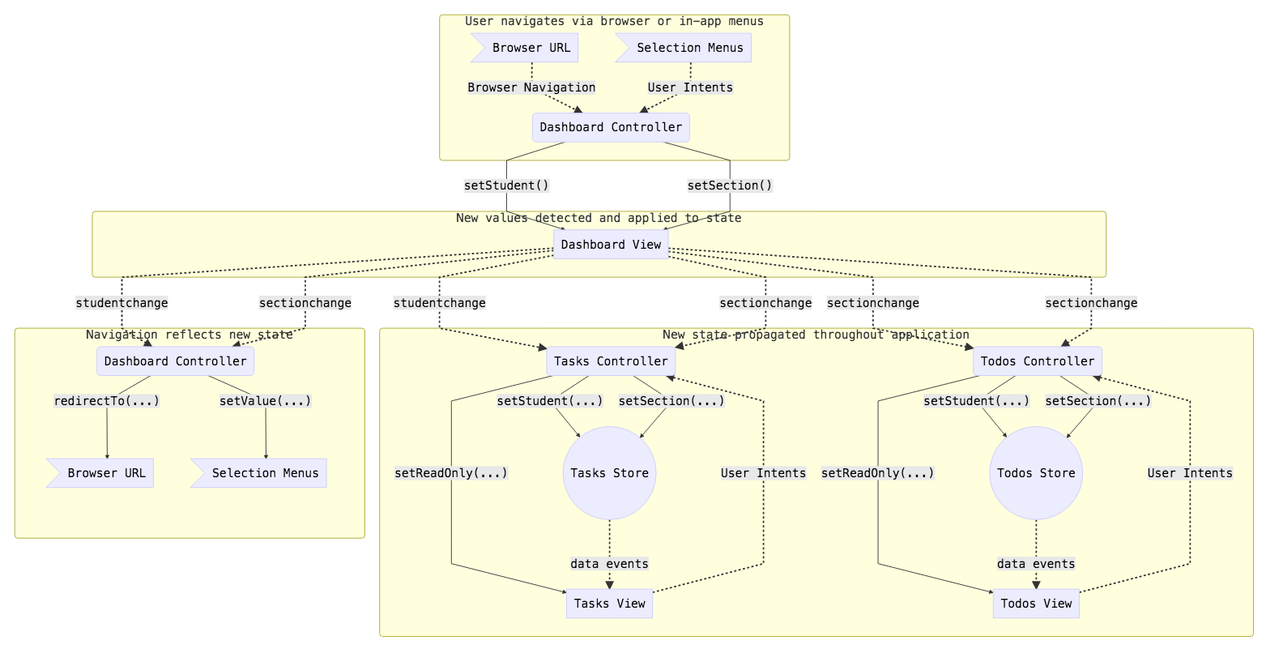
Above: sencha-workspace/SlateTasksStudent/docs/state-flow.png in SlateFoundation/slate-cbl (Mermaid), before the change. Its source is kept beside it as sencha-workspace/SlateTasksStudent/docs/state-flow.mmd.
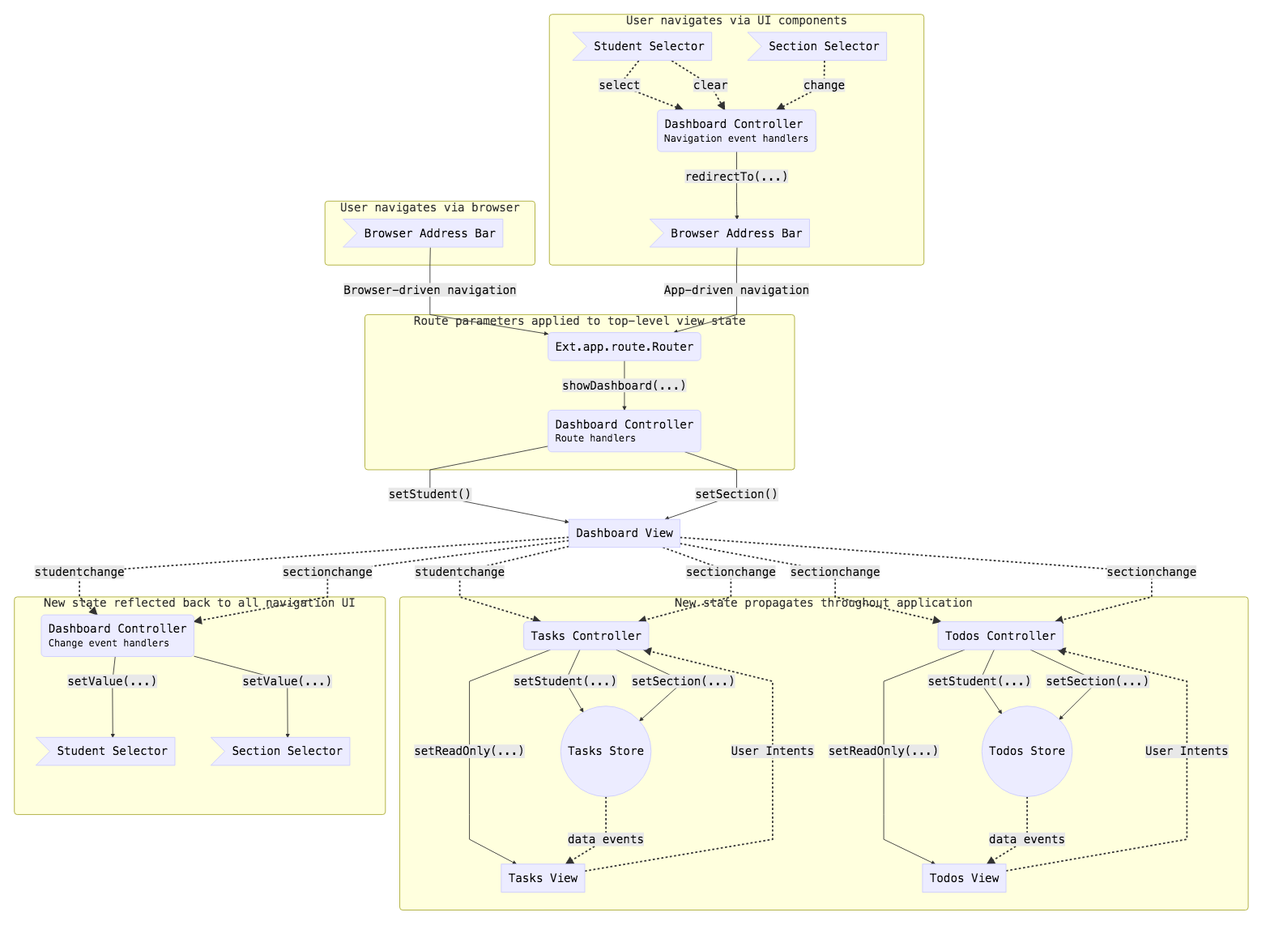
After the change.

Commit message:
Correct flowchart

What changed in the source:
```diff
@@ -1,55 +1,72 @@
 graph TD
-    NAV_HASH_IN>Browser URL]
-    NAV_SELECTORS_IN>Selection Menus]
-    NAV_HASH_OUT>Browser URL]
-    NAV_SELECTORS_OUT>Selection Menus]
+    VIEW_MAIN[Dashboard View]
 
-    CONTROLLER_MAIN_IN(Dashboard Controller)
-    CONTROLLER_MAIN_OUT(Dashboard Controller)
-    CONTROLLER_TASKS(Tasks Controller)
-    CONTROLLER_TODOS(Todos Controller)
+    NAV_USER_HASH --> |Browser-driven navigation| ROUTER
+    NAV_ROUTER_HASH --> |App-driven navigation| ROUTER
 
-    STORE_TASKS((Tasks Store))
-    STORE_TODOS((Todos Store))
+    CTRL_DASH_ROUTER --> |"setStudent()"| VIEW_MAIN
+    CTRL_DASH_ROUTER --> |"setSection()"| VIEW_MAIN
 
-    VIEW_MAIN[Dashboard View]
-    VIEW_TASKS[Tasks View]
-    VIEW_TODOS[Todos View]
+    VIEW_MAIN -.-> |studentchange| CTRL_DASH_CHANGE
+    VIEW_MAIN -.-> |sectionchange| CTRL_DASH_CHANGE
+    VIEW_MAIN -.-> |studentchange| CTRL_TASKS
+    VIEW_MAIN -.-> |sectionchange| CTRL_TASKS
+    VIEW_MAIN -.-> |sectionchange| CTRL_TODOS
+    VIEW_MAIN -.-> |sectionchange| CTRL_TODOS
 
-    subgraph User navigates via browser or in-app menus
-        NAV_HASH_IN -.-> |Browser Navigation| CONTROLLER_MAIN_IN
-        NAV_SELECTORS_IN -.-> |User Intents| CONTROLLER_MAIN_IN
+
+    subgraph User navigates via browser
+        NAV_USER_HASH>Browser Address Bar]
     end
 
-    subgraph New values detected and applied to state
-        CONTROLLER_MAIN_IN --> |"setStudent()"| VIEW_MAIN
-        CONTROLLER_MAIN_IN --> |"setSection()"| VIEW_MAIN
+    subgraph User navigates via UI components
+        NAV_STUDENT_IN>Student Selector]
+        NAV_SECTION_IN>Section Selector]
+        CTRL_MAIN_NAV("Dashboard Controller<br><small>Navigation event handlers</small>")
+
+        NAV_STUDENT_IN -.-> |select| CTRL_MAIN_NAV
+        NAV_STUDENT_IN -.-> |clear| CTRL_MAIN_NAV
+        NAV_SECTION_IN -.-> |change| CTRL_MAIN_NAV
+
+        CTRL_MAIN_NAV --> |"redirectTo(...)"| NAV_ROUTER_HASH
     end
 
-    subgraph New state propagated throughout application
-        VIEW_MAIN -.-> |studentchange| CONTROLLER_TASKS
-        VIEW_MAIN -.-> |sectionchange| CONTROLLER_TASKS
-        VIEW_MAIN -.-> |sectionchange| CONTROLLER_TODOS
-        VIEW_MAIN -.-> |sectionchange| CONTROLLER_TODOS
+    subgraph Route parameters applied to top-level view state
+        NAV_ROUTER_HASH>Browser Address Bar]
+        ROUTER(Ext.app.route.Router)
+        CTRL_DASH_ROUTER("Dashboard Controller<br><small>Route handlers</small>")
 
-        CONTROLLER_TASKS --> |"setReadOnly(...)"| VIEW_TASKS
-        CONTROLLER_TASKS --> |"setStudent(...)"| STORE_TASKS
-        CONTROLLER_TASKS --> |"setSection(...)"| STORE_TASKS
+        ROUTER --> |"showDashboard(...)"| CTRL_DASH_ROUTER
+    end
 
-        CONTROLLER_TODOS --> |"setReadOnly(...)"| VIEW_TODOS
-        CONTROLLER_TODOS --> |"setStudent(...)"| STORE_TODOS
-        CONTROLLER_TODOS --> |"setSection(...)"| STORE_TODOS
+    subgraph New state propagates throughout application
+        CTRL_TASKS("Tasks Controller")
+        CTRL_TODOS("Todos Controller")
+        STORE_TASKS((Tasks Store))
+        STORE_TODOS((Todos Store))
+        VIEW_TASKS[Tasks View]
+        VIEW_TODOS[Todos View]
+
+        CTRL_TASKS --> |"setReadOnly(...)"| VIEW_TASKS
+        CTRL_TASKS --> |"setStudent(...)"| STORE_TASKS
+        CTRL_TASKS --> |"setSection(...)"| STORE_TASKS
+
+        CTRL_TODOS --> |"setReadOnly(...)"| VIEW_TODOS
+        CTRL_TODOS --> |"setStudent(...)"| STORE_TODOS
+        CTRL_TODOS --> |"setSection(...)"| STORE_TODOS
 
         STORE_TASKS -.-> |data events| VIEW_TASKS
         STORE_TODOS -.-> |data events| VIEW_TODOS
 
-        VIEW_TASKS -.-> |User Intents| CONTROLLER_TASKS
-        VIEW_TODOS -.-> |User Intents| CONTROLLER_TODOS
+        VIEW_TASKS -.-> |User Intents| CTRL_TASKS
+        VIEW_TODOS -.-> |User Intents| CTRL_TODOS
     end
 
-    subgraph Navigation reflects new state
-        VIEW_MAIN -.-> |studentchange| CONTROLLER_MAIN_OUT
-        VIEW_MAIN -.-> |sectionchange| CONTROLLER_MAIN_OUT
-        CONTROLLER_MAIN_OUT --> |"redirectTo(...)"| NAV_HASH_OUT
-        CONTROLLER_MAIN_OUT --> |"setValue(...)"| NAV_SELECTORS_OUT
+    subgraph New state reflected back to all navigation UI
+        CTRL_DASH_CHANGE("Dashboard Controller<br><small>Change event handlers</small>")
+        NAV_STUDENT_OUT>Student Selector]
+        NAV_SECTION_OUT>Section Selector]
+
+        CTRL_DASH_CHANGE --> |"setValue(...)"| NAV_STUDENT_OUT
+        CTRL_DASH_CHANGE --> |"setValue(...)"| NAV_SECTION_OUT
     end
```
